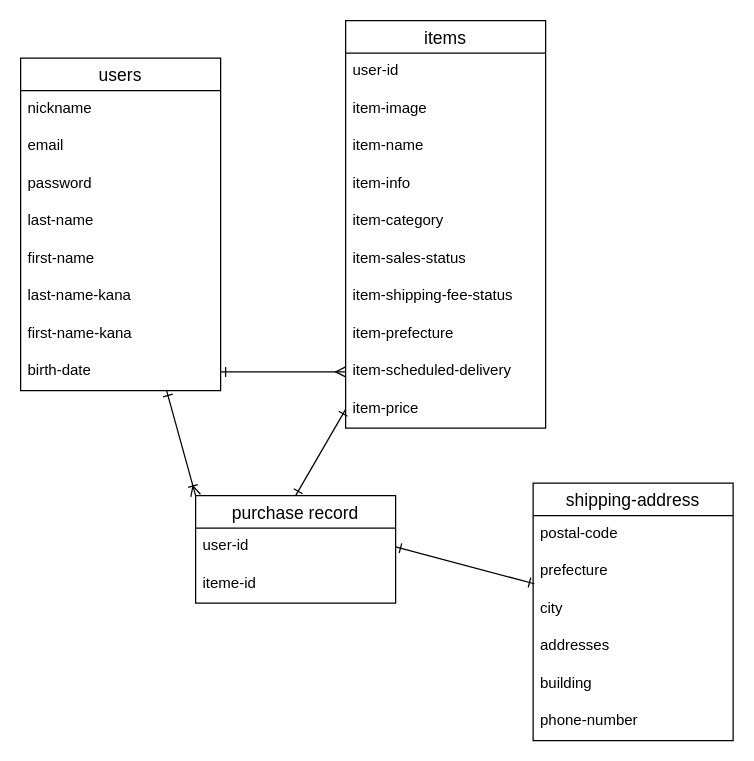
This is test.dio from junya1031/furima-39550, a draw.io file, before an edit. Source tidied: cells renumbered, new cells numbered last; positions are measured from the earlier drawing's top-left corner, leaving out a move shared by most shapes. Both pictures are drawn from the tidied source at 125%, with x=0, y=0 at pixel (20, 20).
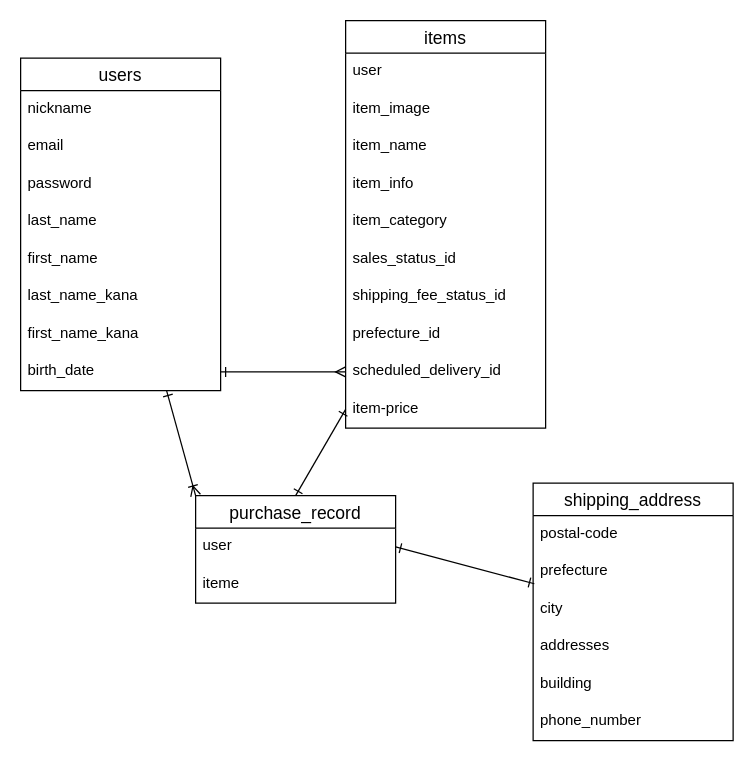
After the change.

Unchanged cells that the change refers to:
```xml
<mxCell id="3" value="users" style="swimlane;fontStyle=0;horizontal=1;startSize=26;align=center;fontSize=14;" parent="1" vertex="1">
  <mxGeometry y="30" width="160" height="266" as="geometry" />
</mxCell>
<mxCell id="12" value="items" style="swimlane;fontStyle=0;horizontal=1;startSize=26;align=center;fontSize=14;" parent="1" vertex="1">
  <mxGeometry x="260" width="160" height="326" as="geometry" />
</mxCell>
```

What changed in the source:
```diff
@@
-    <mxCell id="7" value="last-name" style="text;strokeColor=none;fillColor=none;spacingLeft=4;spacingRight=4;overflow=hidden;fontSize=12;" parent="3" vertex="1">
+    <mxCell id="7" value="last_name" style="text;strokeColor=none;fillColor=none;spacingLeft=4;spacingRight=4;overflow=hidden;fontSize=12;" parent="3" vertex="1">
       <mxGeometry y="116" width="160" height="30" as="geometry" />
     </mxCell>
-    <mxCell id="8" value="first-name" style="text;strokeColor=none;fillColor=none;spacingLeft=4;spacingRight=4;overflow=hidden;fontSize=12;" parent="3" vertex="1">
+    <mxCell id="8" value="first_name" style="text;strokeColor=none;fillColor=none;spacingLeft=4;spacingRight=4;overflow=hidden;fontSize=12;" parent="3" vertex="1">
       <mxGeometry y="146" width="160" height="30" as="geometry" />
     </mxCell>
-    <mxCell id="9" value="last-name-kana" style="text;strokeColor=none;fillColor=none;spacingLeft=4;spacingRight=4;overflow=hidden;fontSize=12;" parent="3" vertex="1">
+    <mxCell id="9" value="last_name_kana" style="text;strokeColor=none;fillColor=none;spacingLeft=4;spacingRight=4;overflow=hidden;fontSize=12;" parent="3" vertex="1">
       <mxGeometry y="176" width="160" height="30" as="geometry" />
     </mxCell>
-    <mxCell id="10" value="first-name-kana" style="text;strokeColor=none;fillColor=none;spacingLeft=4;spacingRight=4;overflow=hidden;fontSize=12;" parent="3" vertex="1">
+    <mxCell id="10" value="first_name_kana" style="text;strokeColor=none;fillColor=none;spacingLeft=4;spacingRight=4;overflow=hidden;fontSize=12;" parent="3" vertex="1">
       <mxGeometry y="206" width="160" height="30" as="geometry" />
     </mxCell>
-    <mxCell id="11" value="birth-date" style="text;strokeColor=none;fillColor=none;spacingLeft=4;spacingRight=4;overflow=hidden;points=[[0,0.5],[1,0.5]];portConstraint=eastwest;fontSize=12;" parent="3" vertex="1">
+    <mxCell id="11" value="birth_date" style="text;strokeColor=none;fillColor=none;spacingLeft=4;spacingRight=4;overflow=hidden;points=[[0,0.5],[1,0.5]];portConstraint=eastwest;fontSize=12;" parent="3" vertex="1">
       <mxGeometry y="236" width="160" height="30" as="geometry" />
     </mxCell>
@@
-    <mxCell id="13" value="user-id" style="text;strokeColor=none;fillColor=none;spacingLeft=4;spacingRight=4;overflow=hidden;fontSize=12;" parent="12" vertex="1">
+    <mxCell id="13" value="user" style="text;strokeColor=none;fillColor=none;spacingLeft=4;spacingRight=4;overflow=hidden;fontSize=12;" parent="12" vertex="1">
       <mxGeometry y="26" width="160" height="30" as="geometry" />
     </mxCell>
-    <mxCell id="14" value="item-image" style="text;strokeColor=none;fillColor=none;spacingLeft=4;spacingRight=4;overflow=hidden;fontSize=12;" parent="12" vertex="1">
+    <mxCell id="14" value="item_image" style="text;strokeColor=none;fillColor=none;spacingLeft=4;spacingRight=4;overflow=hidden;fontSize=12;" parent="12" vertex="1">
       <mxGeometry y="56" width="160" height="30" as="geometry" />
     </mxCell>
-    <mxCell id="15" value="item-name" style="text;strokeColor=none;fillColor=none;spacingLeft=4;spacingRight=4;overflow=hidden;fontSize=12;" parent="12" vertex="1">
+    <mxCell id="15" value="item_name" style="text;strokeColor=none;fillColor=none;spacingLeft=4;spacingRight=4;overflow=hidden;fontSize=12;" parent="12" vertex="1">
       <mxGeometry y="86" width="160" height="30" as="geometry" />
     </mxCell>
-    <mxCell id="16" value="item-info" style="text;strokeColor=none;fillColor=none;spacingLeft=4;spacingRight=4;overflow=hidden;fontSize=12;" parent="12" vertex="1">
+    <mxCell id="16" value="item_info" style="text;strokeColor=none;fillColor=none;spacingLeft=4;spacingRight=4;overflow=hidden;fontSize=12;" parent="12" vertex="1">
       <mxGeometry y="116" width="160" height="30" as="geometry" />
     </mxCell>
-    <mxCell id="17" value="item-category" style="text;strokeColor=none;fillColor=none;spacingLeft=4;spacingRight=4;overflow=hidden;fontSize=12;" parent="12" vertex="1">
+    <mxCell id="17" value="item_category" style="text;strokeColor=none;fillColor=none;spacingLeft=4;spacingRight=4;overflow=hidden;fontSize=12;" parent="12" vertex="1">
       <mxGeometry y="146" width="160" height="30" as="geometry" />
     </mxCell>
-    <mxCell id="18" value="item-sales-status" style="text;strokeColor=none;fillColor=none;spacingLeft=4;spacingRight=4;overflow=hidden;fontSize=12;" parent="12" vertex="1">
+    <mxCell id="18" value="sales_status_id" style="text;strokeColor=none;fillColor=none;spacingLeft=4;spacingRight=4;overflow=hidden;fontSize=12;" parent="12" vertex="1">
       <mxGeometry y="176" width="160" height="30" as="geometry" />
     </mxCell>
-    <mxCell id="19" value="item-shipping-fee-status" style="text;strokeColor=none;fillColor=none;spacingLeft=4;spacingRight=4;overflow=hidden;fontSize=12;" parent="12" vertex="1">
+    <mxCell id="19" value="shipping_fee_status_id" style="text;strokeColor=none;fillColor=none;spacingLeft=4;spacingRight=4;overflow=hidden;fontSize=12;" parent="12" vertex="1">
       <mxGeometry y="206" width="160" height="30" as="geometry" />
     </mxCell>
-    <mxCell id="20" value="item-prefecture" style="text;strokeColor=none;fillColor=none;spacingLeft=4;spacingRight=4;overflow=hidden;fontSize=12;" parent="12" vertex="1">
+    <mxCell id="20" value="prefecture_id" style="text;strokeColor=none;fillColor=none;spacingLeft=4;spacingRight=4;overflow=hidden;fontSize=12;" parent="12" vertex="1">
       <mxGeometry y="236" width="160" height="30" as="geometry" />
     </mxCell>
-    <mxCell id="21" value="item-scheduled-delivery" style="text;strokeColor=none;fillColor=none;spacingLeft=4;spacingRight=4;overflow=hidden;points=[[0,0.5],[1,0.5]];portConstraint=eastwest;fontSize=12;" parent="12" vertex="1">
+    <mxCell id="21" value="scheduled_delivery_id" style="text;strokeColor=none;fillColor=none;spacingLeft=4;spacingRight=4;overflow=hidden;points=[[0,0.5],[1,0.5]];portConstraint=eastwest;fontSize=12;" parent="12" vertex="1">
       <mxGeometry y="266" width="160" height="30" as="geometry" />
     </mxCell>
@@
-    <mxCell id="23" value="shipping-address" style="swimlane;fontStyle=0;horizontal=1;startSize=26;align=center;fontSize=14;" parent="1" vertex="1">
+    <mxCell id="23" value="shipping_address" style="swimlane;fontStyle=0;horizontal=1;startSize=26;align=center;fontSize=14;" parent="1" vertex="1">
       <mxGeometry x="410" y="370" width="160" height="206" as="geometry" />
     </mxCell>
@@
-    <mxCell id="29" value="phone-number" style="text;strokeColor=none;fillColor=none;spacingLeft=4;spacingRight=4;overflow=hidden;fontSize=12;" parent="23" vertex="1">
+    <mxCell id="29" value="phone_number" style="text;strokeColor=none;fillColor=none;spacingLeft=4;spacingRight=4;overflow=hidden;fontSize=12;" parent="23" vertex="1">
       <mxGeometry y="176" width="160" height="30" as="geometry" />
     </mxCell>
@@
-    <mxCell id="31" value="purchase record" style="swimlane;fontStyle=0;horizontal=1;startSize=26;align=center;fontSize=14;" parent="1" vertex="1">
+    <mxCell id="31" value="purchase_record" style="swimlane;fontStyle=0;horizontal=1;startSize=26;align=center;fontSize=14;" parent="1" vertex="1">
       <mxGeometry x="140" y="380" width="160" height="86" as="geometry" />
     </mxCell>
-    <mxCell id="32" value="user-id" style="text;strokeColor=none;fillColor=none;spacingLeft=4;spacingRight=4;overflow=hidden;points=[[0,0.5],[1,0.5]];portConstraint=eastwest;fontSize=12;" parent="31" vertex="1">
+    <mxCell id="32" value="user" style="text;strokeColor=none;fillColor=none;spacingLeft=4;spacingRight=4;overflow=hidden;points=[[0,0.5],[1,0.5]];portConstraint=eastwest;fontSize=12;" parent="31" vertex="1">
       <mxGeometry y="26" width="160" height="30" as="geometry" />
     </mxCell>
-    <mxCell id="33" value="iteme-id" style="text;strokeColor=none;fillColor=none;spacingLeft=4;spacingRight=4;overflow=hidden;fontSize=12;" parent="31" vertex="1">
+    <mxCell id="33" value="iteme" style="text;strokeColor=none;fillColor=none;spacingLeft=4;spacingRight=4;overflow=hidden;fontSize=12;" parent="31" vertex="1">
       <mxGeometry y="56" width="160" height="30" as="geometry" />
     </mxCell>
```
